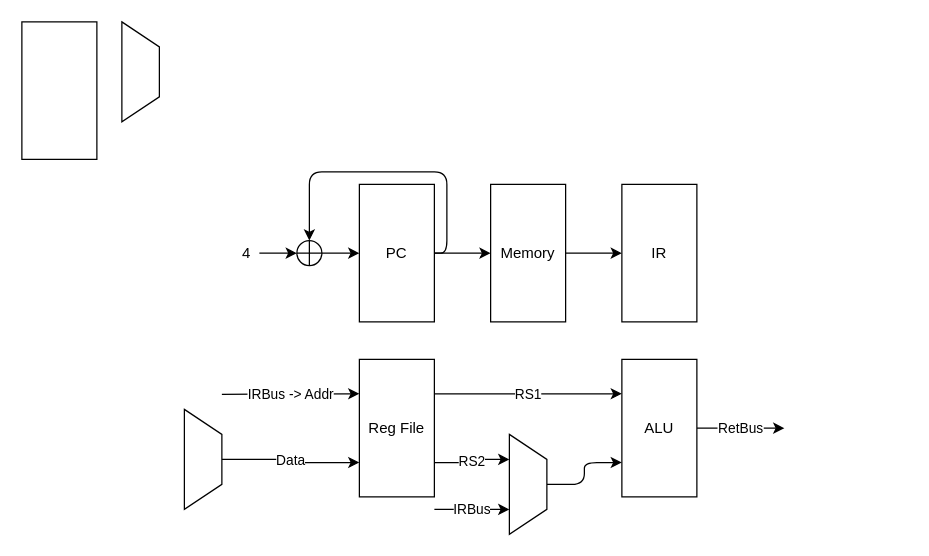
benjamin051000/riscv keeps this draw.io diagram as datapath.drawio. Above is the earlier version. Source tidied: cells renumbered, new cells numbered last; positions are measured from the earlier drawing's top-left corner, leaving out a move shared by most shapes. Both pictures are drawn from the tidied source at 125%, with x=0, y=0 at pixel (21, 21).
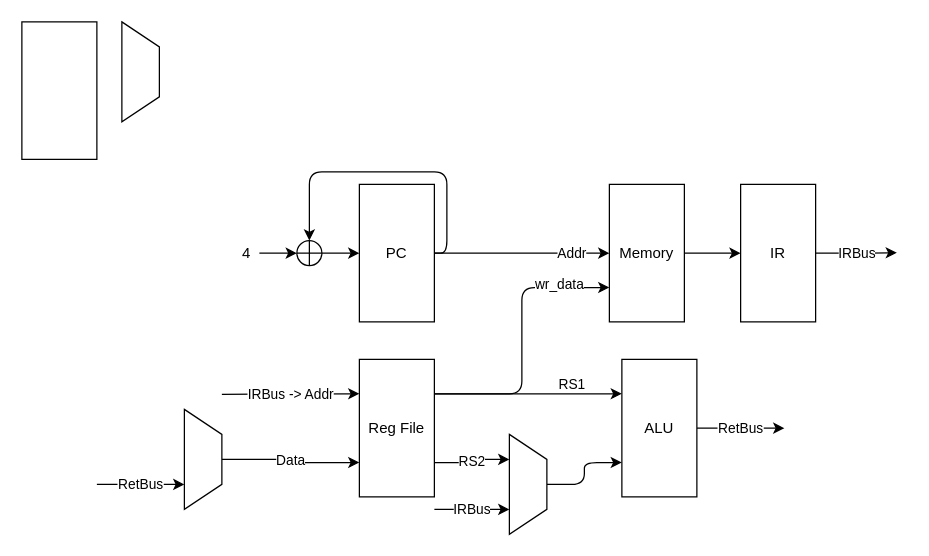
After the change.

The change refers to these unchanged cells:
```xml
<mxCell id="3" value="ALU" style="rounded=0;whiteSpace=wrap;html=1;" parent="1" vertex="1">
  <mxGeometry x="480" y="270" width="60" height="110" as="geometry" />
</mxCell>
<mxCell id="6" value="Reg File" style="rounded=0;whiteSpace=wrap;html=1;" parent="1" vertex="1">
  <mxGeometry x="270" y="270" width="60" height="110" as="geometry" />
</mxCell>
<mxCell id="15" value="PC" style="rounded=0;whiteSpace=wrap;html=1;" parent="1" vertex="1">
  <mxGeometry x="270" y="130" width="60" height="110" as="geometry" />
</mxCell>
<mxCell id="18" style="shape=trapezoid;perimeter=trapezoidPerimeter;whiteSpace=wrap;html=1;fixedSize=1;direction=south;" parent="1" vertex="1">
  <mxGeometry x="130" y="310" width="30" height="80" as="geometry" />
</mxCell>
```

What changed in the source:
```diff
@@
     <mxCell id="4" value="RS1" style="edgeStyle=orthogonalEdgeStyle;rounded=0;jettySize=auto;html=1;exitX=1;exitY=0.25;exitDx=0;exitDy=0;entryX=0;entryY=0.25;entryDx=0;entryDy=0;" parent="1" edge="1" source="6" target="3">
-      <mxGeometry relative="1" as="geometry" />
+      <mxGeometry x="0.47" y="8" relative="1" as="geometry" />
     </mxCell>
@@
+    <mxCell id="25" value="wr_data" style="edgeStyle=orthogonalEdgeStyle;html=1;exitX=1;exitY=0.25;exitDx=0;exitDy=0;entryX=0;entryY=0.75;entryDx=0;entryDy=0;" parent="1" edge="1" source="6" target="11">
+      <mxGeometry x="0.64" y="3" relative="1" as="geometry" />
+    </mxCell>
@@
     <mxCell id="11" value="Memory" style="rounded=0;whiteSpace=wrap;html=1;" parent="1" vertex="1">
-      <mxGeometry x="375" y="130" width="60" height="110" as="geometry" />
+      <mxGeometry x="470" y="130" width="60" height="110" as="geometry" />
     </mxCell>
@@
-    <mxCell id="13" style="edgeStyle=orthogonalEdgeStyle;rounded=0;jettySize=auto;html=1;exitX=1;exitY=0.5;exitDx=0;exitDy=0;entryX=0;entryY=0.5;entryDx=0;entryDy=0;" parent="1" edge="1" source="15" target="11">
-      <mxGeometry relative="1" as="geometry" />
+    <mxCell id="13" value="Addr" style="edgeStyle=orthogonalEdgeStyle;rounded=0;jettySize=auto;html=1;exitX=1;exitY=0.5;exitDx=0;exitDy=0;entryX=0;entryY=0.5;entryDx=0;entryDy=0;" parent="1" edge="1" source="15" target="11">
+      <mxGeometry x="0.57" relative="1" as="geometry" />
     </mxCell>
@@
+    <mxCell id="26" value="IRBus" style="edgeStyle=orthogonalEdgeStyle;html=1;exitX=1;exitY=0.5;exitDx=0;exitDy=0;" parent="1" edge="1" source="20">
+      <mxGeometry relative="1" as="geometry">
+        <mxPoint x="700" y="184.7" as="targetPoint" />
+      </mxGeometry>
+    </mxCell>
     <mxCell id="20" value="IR" style="rounded=0;whiteSpace=wrap;html=1;" parent="1" vertex="1">
-      <mxGeometry x="480" y="130" width="60" height="110" as="geometry" />
+      <mxGeometry x="575" y="130" width="60" height="110" as="geometry" />
     </mxCell>
@@
+    <mxCell id="27" value="RetBus" style="endArrow=classic;html=1;entryX=0.75;entryY=1;entryDx=0;entryDy=0;" parent="1" edge="1" target="18">
+      <mxGeometry relative="1" as="geometry">
+        <mxPoint x="60" y="370" as="sourcePoint" />
+      </mxGeometry>
+    </mxCell>
```
